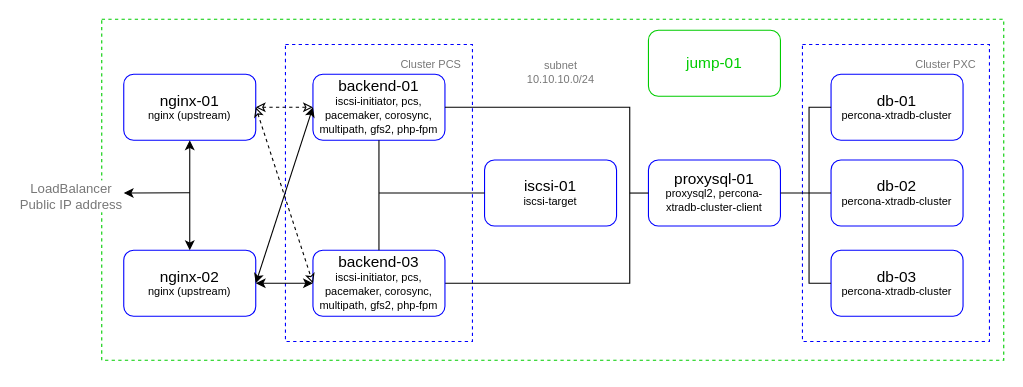
Earlier version of the draw.io diagram pics/infra.drawio (SergSha/lab-06). Source tidied: cells renumbered, new cells numbered last; positions are measured from the earlier drawing's top-left corner, leaving out a move shared by most shapes. Both pictures are drawn from the tidied source at 110%, with x=0, y=0 at pixel (70, 19).
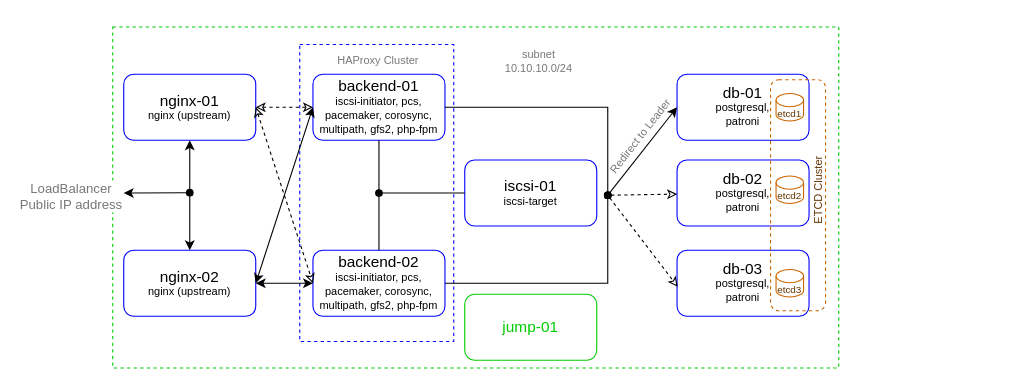
After the change.

The change refers to these unchanged cells:
```xml
<mxCell id="6" value="&lt;p style=&quot;line-height: 100%&quot;&gt;&lt;span style=&quot;font-size: 14px&quot;&gt;backend-01&lt;/span&gt;&lt;br&gt;&lt;span style=&quot;font-size: 10px&quot;&gt;iscsi-initiator, pcs, pacemaker, corosync, multipath, gfs2, php-fpm&lt;/span&gt;&lt;br&gt;&lt;/p&gt;" style="rounded=1;whiteSpace=wrap;html=1;strokeColor=#0000FF;" parent="1" vertex="1">
  <mxGeometry x="220" y="50" width="120" height="60" as="geometry" />
</mxCell>
```

What changed in the source:
```diff
@@
     <mxCell id="2" style="rounded=0;whiteSpace=wrap;html=1;glass=0;dashed=1;sketch=0;strokeColor=#00CC00;fillColor=none;" parent="1" vertex="1">
-      <mxGeometry x="28" width="820" height="310" as="geometry" />
+      <mxGeometry x="38" y="7" width="660" height="310" as="geometry" />
     </mxCell>
     <mxCell id="3" style="rounded=0;whiteSpace=wrap;html=1;fillColor=none;dashed=1;glass=0;sketch=0;strokeColor=#0000FF;" parent="1" vertex="1">
-      <mxGeometry x="195" y="23" width="170" height="270" as="geometry" />
+      <mxGeometry x="208" y="23" width="140" height="270" as="geometry" />
     </mxCell>
-    <mxCell id="4" style="rounded=0;whiteSpace=wrap;html=1;fillColor=none;dashed=1;glass=0;sketch=0;strokeColor=#0000FF;" parent="1" vertex="1">
-      <mxGeometry x="665" y="23" width="170" height="270" as="geometry" />
-    </mxCell>
-    <mxCell id="5" value="&lt;p style=&quot;line-height: 100%&quot;&gt;&lt;font&gt;&lt;span style=&quot;font-size: 14px&quot;&gt;proxysql-01&lt;br&gt;&lt;/span&gt;&lt;/font&gt;&lt;span style=&quot;font-size: 10px&quot;&gt;proxysql2, percona-xtradb-cluster-client&lt;/span&gt;&lt;br&gt;&lt;/p&gt;" style="rounded=1;whiteSpace=wrap;html=1;strokeColor=#0000FF;" parent="1" vertex="1">
-      <mxGeometry x="525" y="128" width="120" height="60" as="geometry" />
-    </mxCell>
@@
-    <mxCell id="8" style="endArrow=none;html=1;rounded=0;exitX=0;exitY=0.5;exitDx=0;exitDy=0;" parent="1" edge="1" source="5">
-      <mxGeometry relative="1" as="geometry">
-        <mxPoint x="508" y="158" as="targetPoint" />
-      </mxGeometry>
-    </mxCell>
     <mxCell id="9" style="endArrow=none;html=1;rounded=0;exitX=1;exitY=0.5;exitDx=0;exitDy=0;entryX=1;entryY=0.5;entryDx=0;entryDy=0;" parent="1" edge="1" source="10" target="6">
       <mxGeometry relative="1" as="geometry">
         <Array as="points">
-          <mxPoint x="508" y="240" />
-          <mxPoint x="508" y="80" />
+          <mxPoint x="488" y="240" />
+          <mxPoint x="488" y="80" />
         </Array>
       </mxGeometry>
     </mxCell>
-    <mxCell id="10" value="&lt;p style=&quot;line-height: 100%&quot;&gt;&lt;span style=&quot;font-size: 14px&quot;&gt;backend-03&lt;/span&gt;&lt;br&gt;&lt;span style=&quot;font-size: 10px&quot;&gt;iscsi-initiator, pcs, pacemaker, corosync, multipath, gfs2, php-fpm&lt;/span&gt;&lt;br&gt;&lt;/p&gt;" style="rounded=1;whiteSpace=wrap;html=1;strokeColor=#0000FF;" parent="1" vertex="1">
+    <mxCell id="10" value="&lt;p style=&quot;line-height: 100%&quot;&gt;&lt;span style=&quot;font-size: 14px&quot;&gt;backend-02&lt;/span&gt;&lt;br&gt;&lt;span style=&quot;font-size: 10px&quot;&gt;iscsi-initiator, pcs, pacemaker, corosync, multipath, gfs2, php-fpm&lt;/span&gt;&lt;br&gt;&lt;/p&gt;" style="rounded=1;whiteSpace=wrap;html=1;strokeColor=#0000FF;" parent="1" vertex="1">
       <mxGeometry x="220" y="210" width="120" height="60" as="geometry" />
     </mxCell>
     <mxCell id="11" value="&lt;font style=&quot;font-size: 10px&quot;&gt;subnet&lt;br&gt;10.10.10.0/24&lt;/font&gt;" style="edgeLabel;html=1;align=center;verticalAlign=middle;fontSize=8;fontColor=#777777;" parent="1" vertex="1">
-      <mxGeometry x="418" y="80" as="geometry">
+      <mxGeometry x="398" y="70" as="geometry">
         <mxPoint x="26" y="-33" as="offset" />
       </mxGeometry>
     </mxCell>
@@
-    <mxCell id="14" style="endArrow=none;html=1;startArrow=classic;startFill=1;" parent="1" edge="1">
+    <mxCell id="14" style="endArrow=oval;html=1;startArrow=classic;startFill=1;endFill=1;" parent="1" edge="1">
       <mxGeometry relative="1" as="geometry">
         <mxPoint x="48" y="158" as="sourcePoint" />
         <mxPoint x="108" y="157.7" as="targetPoint" />
       </mxGeometry>
     </mxCell>
@@
     <mxCell id="19" value="&lt;p style=&quot;line-height: 100%&quot;&gt;&lt;span style=&quot;font-size: 14px&quot;&gt;iscsi-01&lt;/span&gt;&lt;br&gt;&lt;span style=&quot;font-size: 10px&quot;&gt;iscsi-target&lt;/span&gt;&lt;br&gt;&lt;/p&gt;" style="rounded=1;whiteSpace=wrap;html=1;strokeColor=#0000FF;" parent="1" vertex="1">
-      <mxGeometry x="376" y="128" width="120" height="60" as="geometry" />
+      <mxGeometry x="358" y="128" width="120" height="60" as="geometry" />
     </mxCell>
@@
-    <mxCell id="21" style="endArrow=none;html=1;strokeColor=#000000;entryX=0;entryY=0.5;entryDx=0;entryDy=0;" parent="1" edge="1" target="19">
+    <mxCell id="21" style="endArrow=none;html=1;strokeColor=#000000;entryX=0;entryY=0.5;entryDx=0;entryDy=0;startArrow=oval;startFill=1;" parent="1" edge="1" target="19">
       <mxGeometry relative="1" as="geometry">
         <mxPoint x="280" y="158" as="sourcePoint" />
       </mxGeometry>
     </mxCell>
@@
-    <mxCell id="23" value="&lt;p style=&quot;line-height: 100%&quot;&gt;&lt;font&gt;&lt;span style=&quot;font-size: 14px&quot;&gt;db-01&lt;br&gt;&lt;/span&gt;&lt;/font&gt;&lt;span style=&quot;font-size: 10px&quot;&gt;percona-xtradb-cluster&lt;/span&gt;&lt;br&gt;&lt;/p&gt;" style="rounded=1;whiteSpace=wrap;html=1;strokeColor=#0000FF;" parent="1" vertex="1">
-      <mxGeometry x="691" y="50" width="120" height="60" as="geometry" />
+    <mxCell id="23" value="&lt;p style=&quot;line-height: 100%&quot;&gt;&lt;font&gt;&lt;span style=&quot;font-size: 14px&quot;&gt;db-01&lt;br&gt;&lt;/span&gt;&lt;/font&gt;&lt;span style=&quot;font-size: 10px&quot;&gt;postgresql, &lt;br&gt;patroni&lt;/span&gt;&lt;br&gt;&lt;/p&gt;" style="rounded=1;whiteSpace=wrap;html=1;strokeColor=#0000FF;" parent="1" vertex="1">
+      <mxGeometry x="551" y="50" width="120" height="60" as="geometry" />
     </mxCell>
-    <mxCell id="24" value="&lt;p style=&quot;line-height: 100%&quot;&gt;&lt;font&gt;&lt;span style=&quot;font-size: 14px&quot;&gt;db-02&lt;br&gt;&lt;/span&gt;&lt;/font&gt;&lt;span style=&quot;font-size: 10px&quot;&gt;percona-xtradb-cluster&lt;/span&gt;&lt;br&gt;&lt;/p&gt;" style="rounded=1;whiteSpace=wrap;html=1;strokeColor=#0000FF;" parent="1" vertex="1">
-      <mxGeometry x="691" y="128" width="120" height="60" as="geometry" />
+    <mxCell id="24" value="&lt;p style=&quot;line-height: 100%&quot;&gt;&lt;font&gt;&lt;span style=&quot;font-size: 14px&quot;&gt;db-02&lt;br&gt;&lt;/span&gt;&lt;/font&gt;&lt;span style=&quot;font-size: 10px&quot;&gt;postgresql, &lt;br&gt;patroni&lt;/span&gt;&lt;br&gt;&lt;/p&gt;" style="rounded=1;whiteSpace=wrap;html=1;strokeColor=#0000FF;" parent="1" vertex="1">
+      <mxGeometry x="551" y="128" width="120" height="60" as="geometry" />
     </mxCell>
-    <mxCell id="25" value="&lt;p style=&quot;line-height: 100%&quot;&gt;&lt;font&gt;&lt;span style=&quot;font-size: 14px&quot;&gt;db-03&lt;br&gt;&lt;/span&gt;&lt;/font&gt;&lt;span style=&quot;font-size: 10px&quot;&gt;percona-xtradb-cluster&lt;/span&gt;&lt;br&gt;&lt;/p&gt;" style="rounded=1;whiteSpace=wrap;html=1;strokeColor=#0000FF;" parent="1" vertex="1">
-      <mxGeometry x="691" y="210" width="120" height="60" as="geometry" />
+    <mxCell id="25" value="&lt;p style=&quot;line-height: 100%&quot;&gt;&lt;font&gt;&lt;span style=&quot;font-size: 14px&quot;&gt;db-03&lt;br&gt;&lt;/span&gt;&lt;/font&gt;&lt;span style=&quot;font-size: 10px&quot;&gt;postgresql, &lt;br&gt;patroni&lt;/span&gt;&lt;br&gt;&lt;/p&gt;" style="rounded=1;whiteSpace=wrap;html=1;strokeColor=#0000FF;" parent="1" vertex="1">
+      <mxGeometry x="551" y="210" width="120" height="60" as="geometry" />
     </mxCell>
-    <mxCell id="26" value="&lt;span style=&quot;font-size: 10px&quot;&gt;Cluster PXC&lt;/span&gt;" style="edgeLabel;html=1;align=center;verticalAlign=middle;fontSize=8;fontColor=#777777;" parent="1" vertex="1">
-      <mxGeometry x="796" y="40" as="geometry">
-        <mxPoint x="-2" as="offset" />
-      </mxGeometry>
-    </mxCell>
-    <mxCell id="27" style="endArrow=none;html=1;entryX=0;entryY=0.5;entryDx=0;entryDy=0;exitX=1;exitY=0.5;exitDx=0;exitDy=0;" parent="1" edge="1" source="5" target="24">
-      <mxGeometry relative="1" as="geometry" />
+    <mxCell id="27" style="endArrow=classic;html=1;entryX=0;entryY=0.5;entryDx=0;entryDy=0;jumpStyle=none;targetPerimeterSpacing=0;sourcePerimeterSpacing=0;endSize=6;startArrow=oval;startFill=1;endFill=1;" parent="1" edge="1" target="23">
+      <mxGeometry relative="1" as="geometry">
+        <mxPoint x="488" y="160" as="sourcePoint" />
+      </mxGeometry>
     </mxCell>
-    <mxCell id="28" style="endArrow=none;html=1;entryX=0;entryY=0.5;entryDx=0;entryDy=0;exitX=0;exitY=0.5;exitDx=0;exitDy=0;rounded=0;" parent="1" edge="1" source="25" target="23">
-      <mxGeometry relative="1" as="geometry">
-        <Array as="points">
-          <mxPoint x="671" y="240" />
-          <mxPoint x="671" y="80" />
-        </Array>
-      </mxGeometry>
-    </mxCell>
     <mxCell id="29" value="&lt;p style=&quot;line-height: 100%&quot;&gt;&lt;span style=&quot;font-size: 14px&quot;&gt;&lt;font color=&quot;#00cc00&quot;&gt;jump-01&lt;/font&gt;&lt;/span&gt;&lt;/p&gt;" style="rounded=1;whiteSpace=wrap;html=1;strokeColor=#00CC00;" parent="1" vertex="1">
-      <mxGeometry x="525" y="10" width="120" height="60" as="geometry" />
+      <mxGeometry x="358" y="250" width="120" height="60" as="geometry" />
     </mxCell>
-    <mxCell id="30" value="&lt;span style=&quot;font-size: 10px&quot;&gt;Cluster PCS&lt;/span&gt;" style="edgeLabel;html=1;align=center;verticalAlign=middle;fontSize=8;fontColor=#777777;" parent="1" vertex="1">
-      <mxGeometry x="328" y="40" as="geometry">
+    <mxCell id="30" value="&lt;span style=&quot;font-size: 10px;&quot;&gt;HAProxy&amp;nbsp;&lt;/span&gt;&lt;span style=&quot;font-size: 10px&quot;&gt;Cluster&lt;/span&gt;" style="edgeLabel;html=1;align=center;verticalAlign=middle;fontSize=8;fontColor=#777777;" parent="1" vertex="1">
+      <mxGeometry x="280" y="36" as="geometry">
         <mxPoint x="-2" as="offset" />
       </mxGeometry>
     </mxCell>
+    <mxCell id="31" style="endArrow=classic;html=1;jumpStyle=none;targetPerimeterSpacing=0;sourcePerimeterSpacing=0;endSize=6;startArrow=oval;startFill=0;endFill=0;dashed=1;" parent="1" edge="1" target="24">
+      <mxGeometry relative="1" as="geometry">
+        <mxPoint x="488" y="160" as="sourcePoint" />
+      </mxGeometry>
+    </mxCell>
+    <mxCell id="32" style="endArrow=classic;html=1;jumpStyle=none;targetPerimeterSpacing=0;sourcePerimeterSpacing=0;endSize=6;startArrow=oval;startFill=0;endFill=0;dashed=1;entryX=0.005;entryY=0.552;entryDx=0;entryDy=0;entryPerimeter=0;" parent="1" edge="1" target="25">
+      <mxGeometry relative="1" as="geometry">
+        <mxPoint x="488" y="160" as="sourcePoint" />
+      </mxGeometry>
+    </mxCell>
+    <mxCell id="33" style="rounded=1;whiteSpace=wrap;html=1;fillColor=none;dashed=1;glass=0;sketch=0;strokeColor=#CC6600;" parent="1" vertex="1">
+      <mxGeometry x="636" y="55" width="50" height="210" as="geometry" />
+    </mxCell>
+    <mxCell id="34" value="&lt;font color=&quot;#663300&quot; style=&quot;font-size: 9px;&quot;&gt;etcd1&lt;/font&gt;" style="shape=cylinder3;whiteSpace=wrap;html=1;boundedLbl=1;backgroundOutline=1;size=5.996666666666698;fillColor=default;strokeColor=#CC6600;" parent="1" vertex="1">
+      <mxGeometry x="641" y="67.5" width="25" height="25" as="geometry" />
+    </mxCell>
+    <mxCell id="35" value="&lt;font color=&quot;#663300&quot; style=&quot;font-size: 9px;&quot;&gt;etcd2&lt;/font&gt;" style="shape=cylinder3;whiteSpace=wrap;html=1;boundedLbl=1;backgroundOutline=1;size=5.996666666666698;fillColor=default;strokeColor=#CC6600;" parent="1" vertex="1">
+      <mxGeometry x="641" y="142.5" width="25" height="25" as="geometry" />
+    </mxCell>
+    <mxCell id="36" value="&lt;font color=&quot;#663300&quot; style=&quot;font-size: 9px;&quot;&gt;etcd3&lt;/font&gt;" style="shape=cylinder3;whiteSpace=wrap;html=1;boundedLbl=1;backgroundOutline=1;size=5.996666666666698;fillColor=default;strokeColor=#CC6600;" parent="1" vertex="1">
+      <mxGeometry x="641" y="227.5" width="25" height="25" as="geometry" />
+    </mxCell>
+    <mxCell id="37" value="&lt;font color=&quot;#663300&quot;&gt;&lt;span style=&quot;font-size: 10px;&quot;&gt;ETCD&amp;nbsp;&lt;/span&gt;&lt;span style=&quot;font-size: 10px&quot;&gt;Cluster&lt;/span&gt;&lt;/font&gt;" style="edgeLabel;html=1;align=center;verticalAlign=middle;fontSize=8;fontColor=#777777;rotation=270;" parent="1" vertex="1">
+      <mxGeometry x="678" y="155" as="geometry">
+        <mxPoint x="-2" as="offset" />
+      </mxGeometry>
+    </mxCell>
+    <mxCell id="38" value="&lt;span style=&quot;font-size: 10px; line-height: 1.2;&quot;&gt;Redirect to Leader&lt;/span&gt;" style="edgeLabel;html=1;align=center;verticalAlign=middle;fontSize=8;fontColor=#777777;rotation=308;labelBackgroundColor=none;" parent="1" vertex="1">
+      <mxGeometry x="526" y="147.5" as="geometry">
+        <mxPoint x="26" y="-33" as="offset" />
+      </mxGeometry>
+    </mxCell>
```
